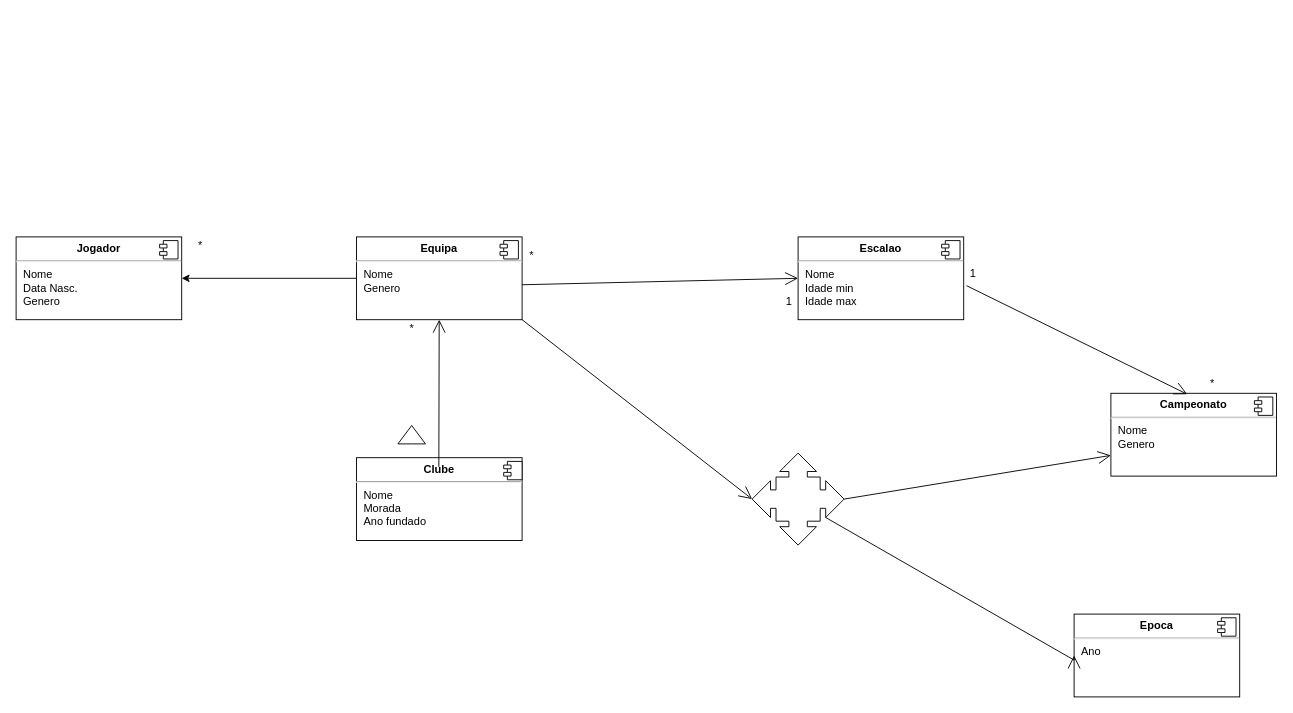
Above: Untitled Diagram.drawio in up201907863/up201907863 (draw.io), before the change. Source tidied: cells renumbered, new cells numbered last; positions are measured from the earlier drawing's top-left corner, leaving out a move shared by most shapes. Both pictures are drawn from the tidied source at 92%, with x=0, y=0 at pixel (16, 236).
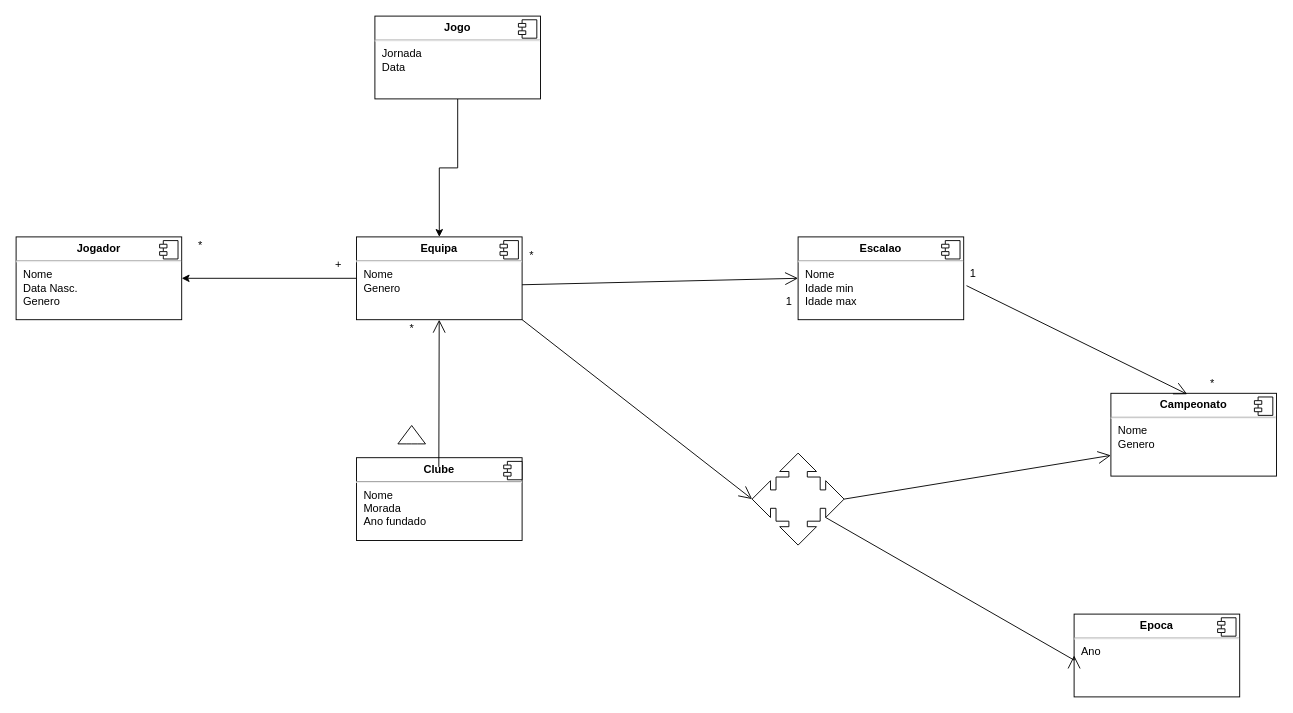
The same page after the edit.

Unchanged cells that the change refers to:
```xml
<mxCell id="6" value="&lt;p style=&quot;margin: 0px ; margin-top: 6px ; text-align: center&quot;&gt;&lt;b&gt;Equipa&lt;/b&gt;&lt;/p&gt;&lt;hr&gt;&lt;p style=&quot;margin: 0px ; margin-left: 8px&quot;&gt;Nome&lt;br&gt;Genero&lt;/p&gt;" style="align=left;overflow=fill;html=1;" parent="1" vertex="1">
  <mxGeometry x="370" width="180" height="90" as="geometry" />
</mxCell>
```

What changed in the source:
```diff
@@
+    <mxCell id="29" value="+" style="text;html=1;align=center;verticalAlign=middle;strokeColor=none;fillColor=none;" parent="1" vertex="1">
+      <mxGeometry x="340" y="20" width="20" height="20" as="geometry" />
+    </mxCell>
+    <mxCell id="30" style="edgeStyle=orthogonalEdgeStyle;rounded=0;jettySize=auto;html=1;entryX=0.5;entryY=0;entryDx=0;entryDy=0;" parent="1" edge="1" source="31" target="6">
+      <mxGeometry relative="1" as="geometry" />
+    </mxCell>
+    <mxCell id="31" value="&lt;p style=&quot;margin: 0px ; margin-top: 6px ; text-align: center&quot;&gt;&lt;b&gt;Jogo&lt;/b&gt;&lt;/p&gt;&lt;hr&gt;&lt;p style=&quot;margin: 0px ; margin-left: 8px&quot;&gt;Jornada&lt;br&gt;Data&lt;/p&gt;" style="align=left;overflow=fill;html=1;" parent="1" vertex="1">
+      <mxGeometry x="390" y="-240" width="180" height="90" as="geometry" />
+    </mxCell>
+    <mxCell id="32" style="shape=component;jettyWidth=8;jettyHeight=4;" parent="31" vertex="1">
+      <mxGeometry x="1" width="20" height="20" relative="1" as="geometry">
+        <mxPoint x="-24" y="4" as="offset" />
+      </mxGeometry>
+    </mxCell>
```
